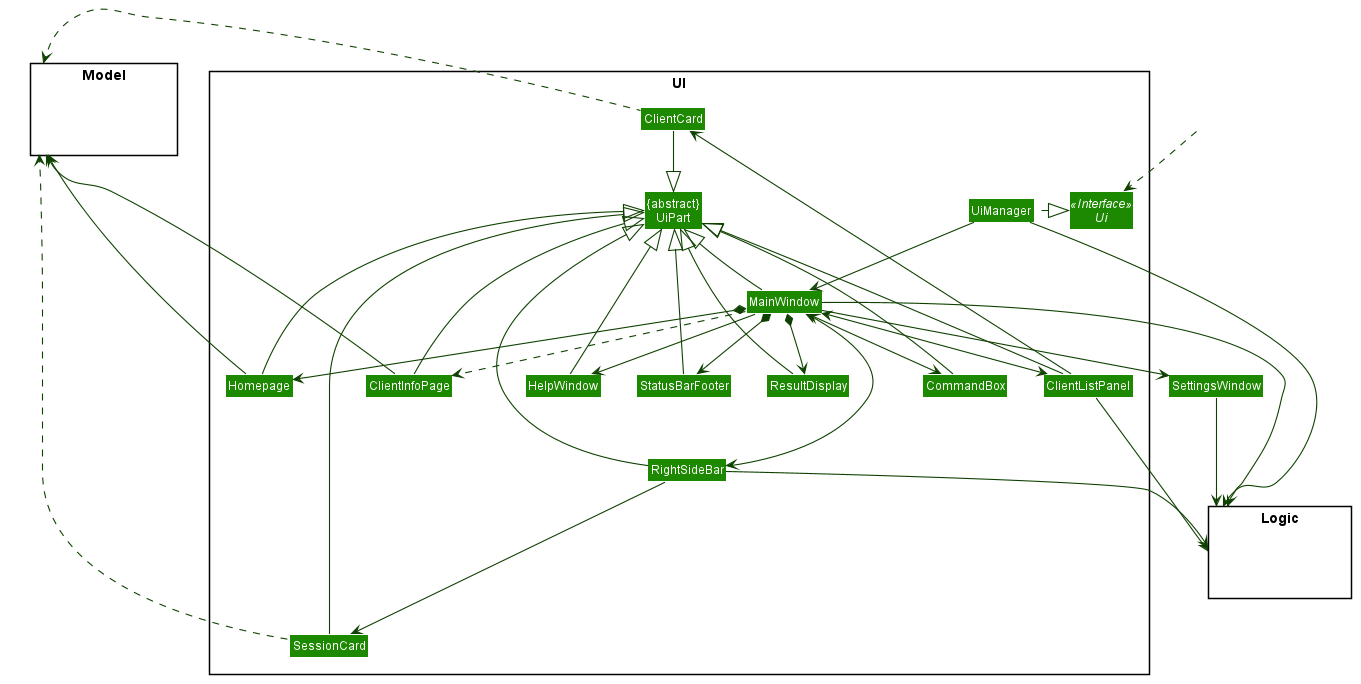
Earlier version of the PlantUML export docs/images/UiClassDiagram.png (tanweijie123/tp).
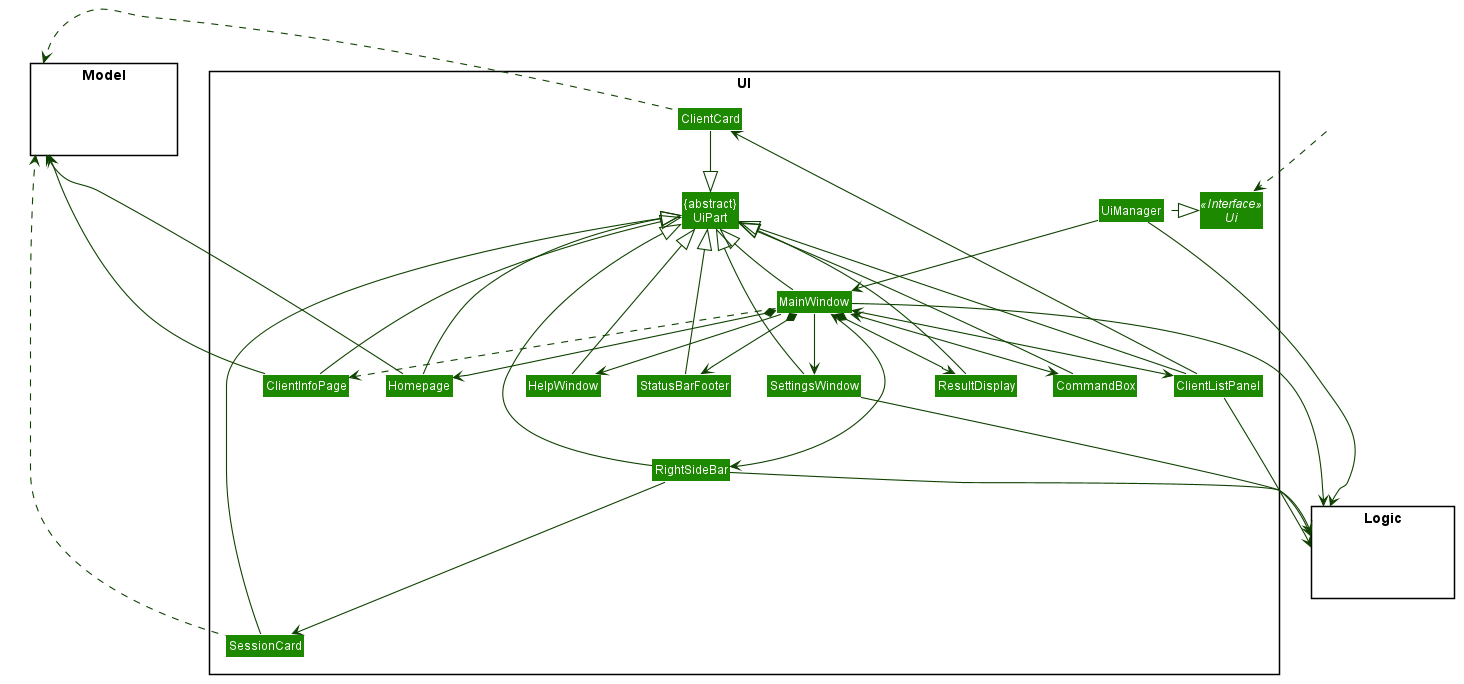
Above is the later version.

Diff of the diagram source:
```diff
@@ -56,6 +56,7 @@
 Class "{abstract}\nUiPart" as UiPart
 Class UiManager
 Class MainWindow
+Class SettingsWindow
 Class HelpWindow
 Class ResultDisplay
 Class ClientListPanel
@@ -111,6 +112,7 @@
 ClientListPanel --|> UiPart
 ClientCard --|> UiPart
 StatusBarFooter --|> UiPart
+SettingsWindow --|> UiPart
 HelpWindow -down-|> UiPart
 Homepage --|> UiPart
 RightSideBar --|> UiPart
```
